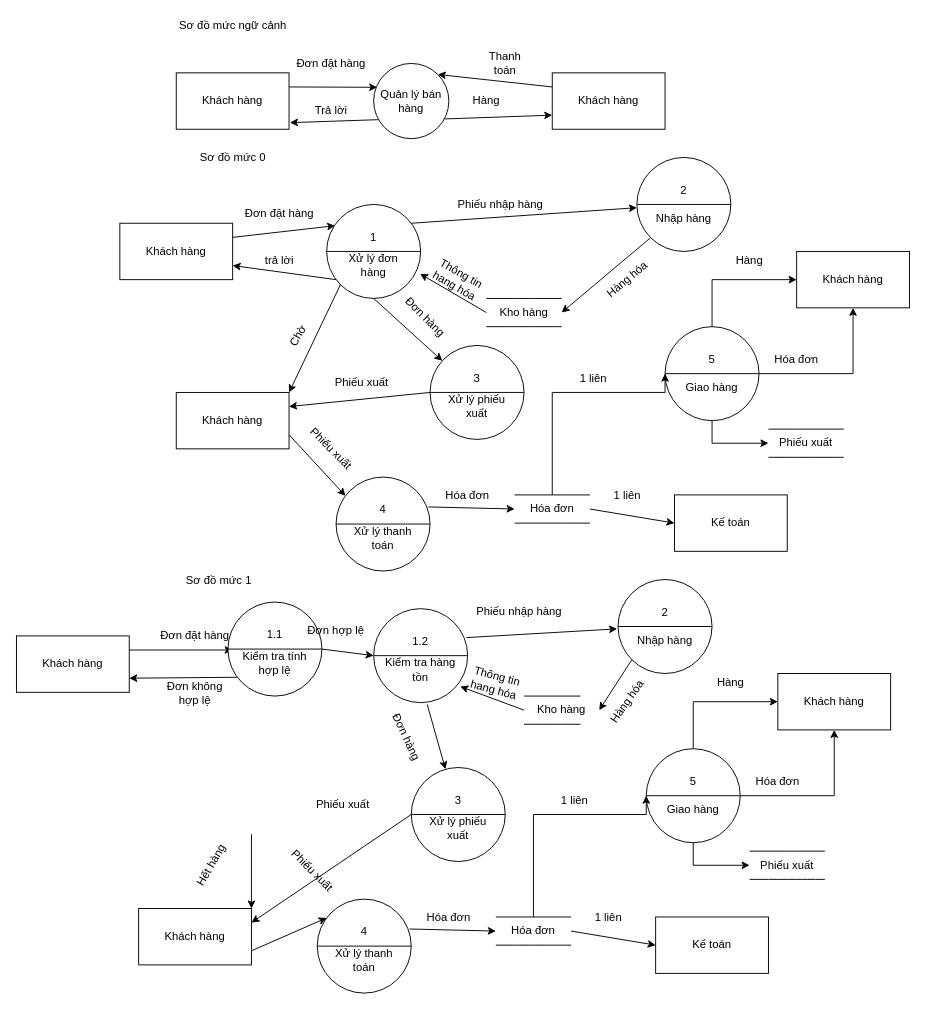
xxminhmie/override-project-document keeps this draw.io diagram as Loi/Homework_9.drawio. Above is the earlier version. Source tidied: cells renumbered, new cells numbered last; positions are measured from the earlier drawing's top-left corner, leaving out a move shared by most shapes. Both pictures are drawn from the tidied source at 94%, with x=0, y=0 at pixel (16, 16).
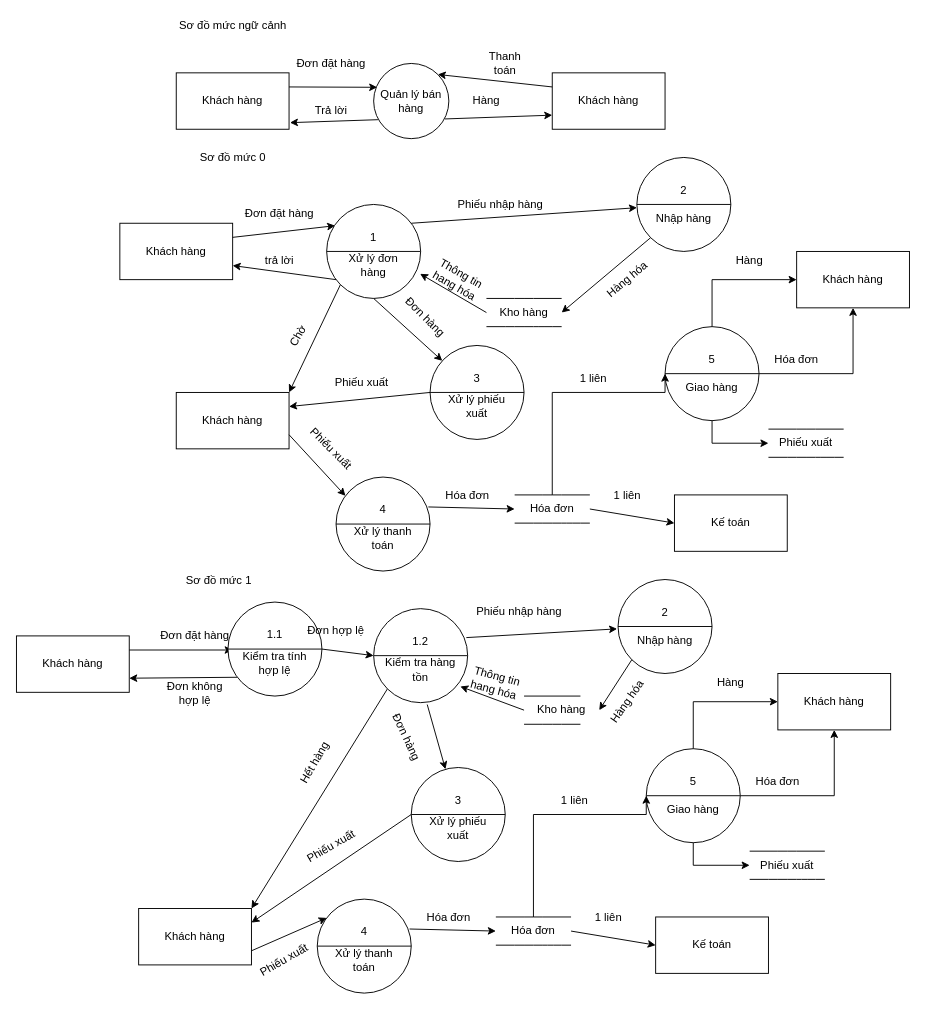
After the change.

Unchanged cells that the change refers to:
```xml
<mxCell id="98" value="Khách hàng" style="rounded=0;whiteSpace=wrap;html=1;" parent="1" vertex="1">
  <mxGeometry x="130" y="949" width="120" height="60" as="geometry" />
</mxCell>
<mxCell id="145" style="ellipse;whiteSpace=wrap;html=1;" parent="1" vertex="1">
  <mxGeometry x="380" y="630" width="100" height="100" as="geometry" />
</mxCell>
```

The edit, as a diff of the source:
```diff
@@
-    <mxCell id="111" style="endArrow=classic;html=1;entryX=1;entryY=0;entryDx=0;entryDy=0;" parent="1" edge="1" target="98">
-      <mxGeometry relative="1" as="geometry">
-        <mxPoint x="250" y="870" as="sourcePoint" />
-      </mxGeometry>
+    <mxCell id="111" style="endArrow=classic;html=1;entryX=1;entryY=0;entryDx=0;entryDy=0;exitX=0;exitY=1;exitDx=0;exitDy=0;" parent="1" edge="1" source="145" target="98">
+      <mxGeometry relative="1" as="geometry" />
     </mxCell>
     <mxCell id="112" value="Hết hàng" style="text;html=1;strokeColor=none;fillColor=none;align=center;verticalAlign=middle;whiteSpace=wrap;rounded=0;rotation=-60;" parent="1" vertex="1">
-      <mxGeometry x="175" y="893" width="65" height="20" as="geometry" />
+      <mxGeometry x="285" y="784" width="65" height="20" as="geometry" />
     </mxCell>
@@
-    <mxCell id="116" value="Phiếu xuất" style="text;html=1;strokeColor=none;fillColor=none;align=center;verticalAlign=middle;whiteSpace=wrap;rounded=0;" parent="1" vertex="1">
-      <mxGeometry x="295" y="829" width="105" height="20" as="geometry" />
-    </mxCell>
-    <mxCell id="117" value="Phiếu xuất" style="text;html=1;strokeColor=none;fillColor=none;align=center;verticalAlign=middle;whiteSpace=wrap;rounded=0;rotation=45;" parent="1" vertex="1">
-      <mxGeometry x="270" y="899" width="90" height="20" as="geometry" />
+    <mxCell id="117" value="Phiếu xuất" style="text;html=1;strokeColor=none;fillColor=none;align=center;verticalAlign=middle;whiteSpace=wrap;rounded=0;rotation=-30;" parent="1" vertex="1">
+      <mxGeometry x="290" y="873" width="90" height="20" as="geometry" />
     </mxCell>
@@
+    <mxCell id="116" value="Phiếu xuất" style="text;html=1;strokeColor=none;fillColor=none;align=center;verticalAlign=middle;whiteSpace=wrap;rounded=0;rotation=-30;" parent="1" vertex="1">
+      <mxGeometry x="240" y="994" width="90" height="20" as="geometry" />
+    </mxCell>
```
